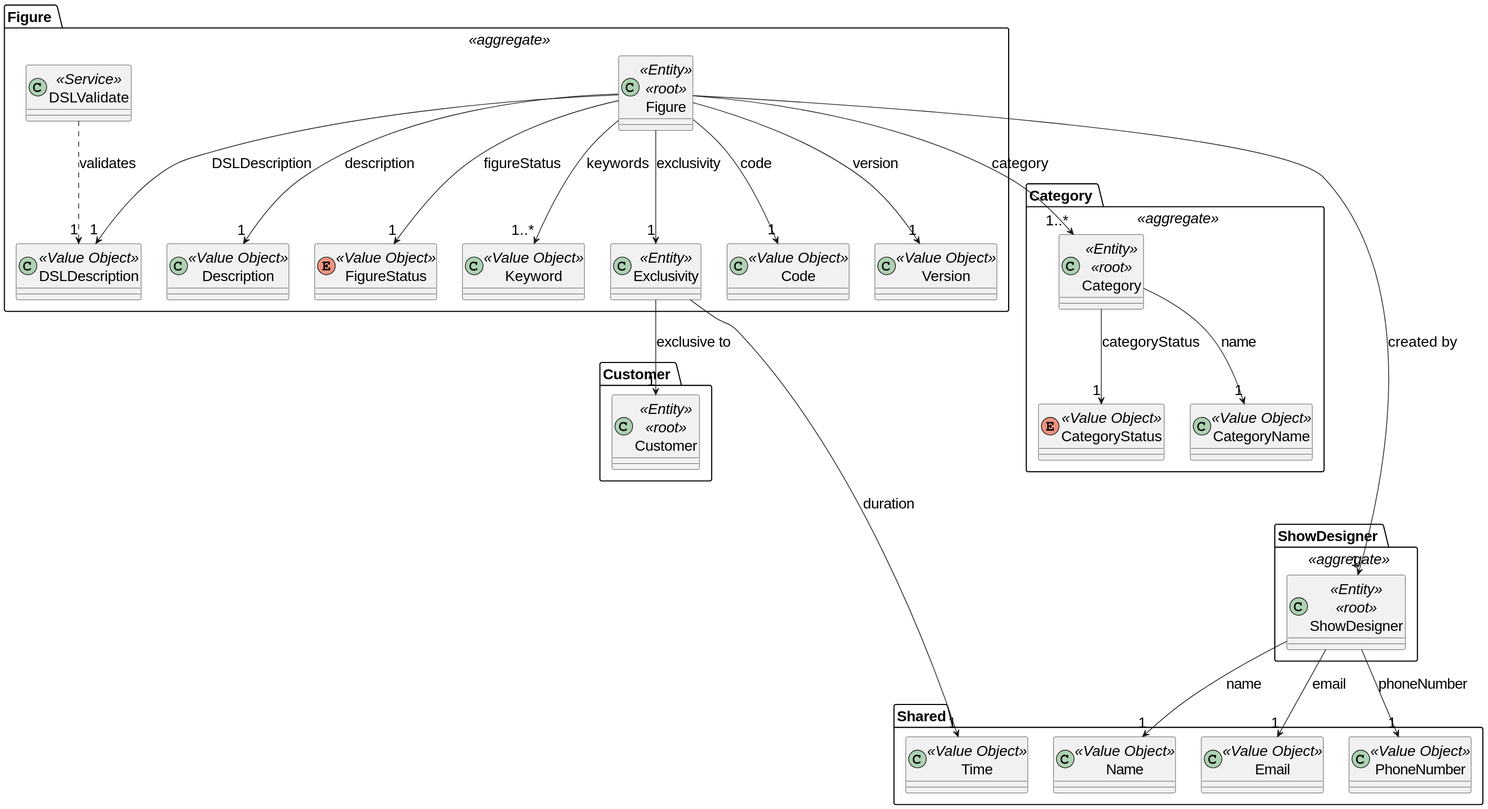
Earlier version of the PlantUML export docs/global_artifacts/analysis/images/domain_model_figure.svg (diogoveirospro/sem4pi-2024-2025-sem4pi_2024_2025_g44).
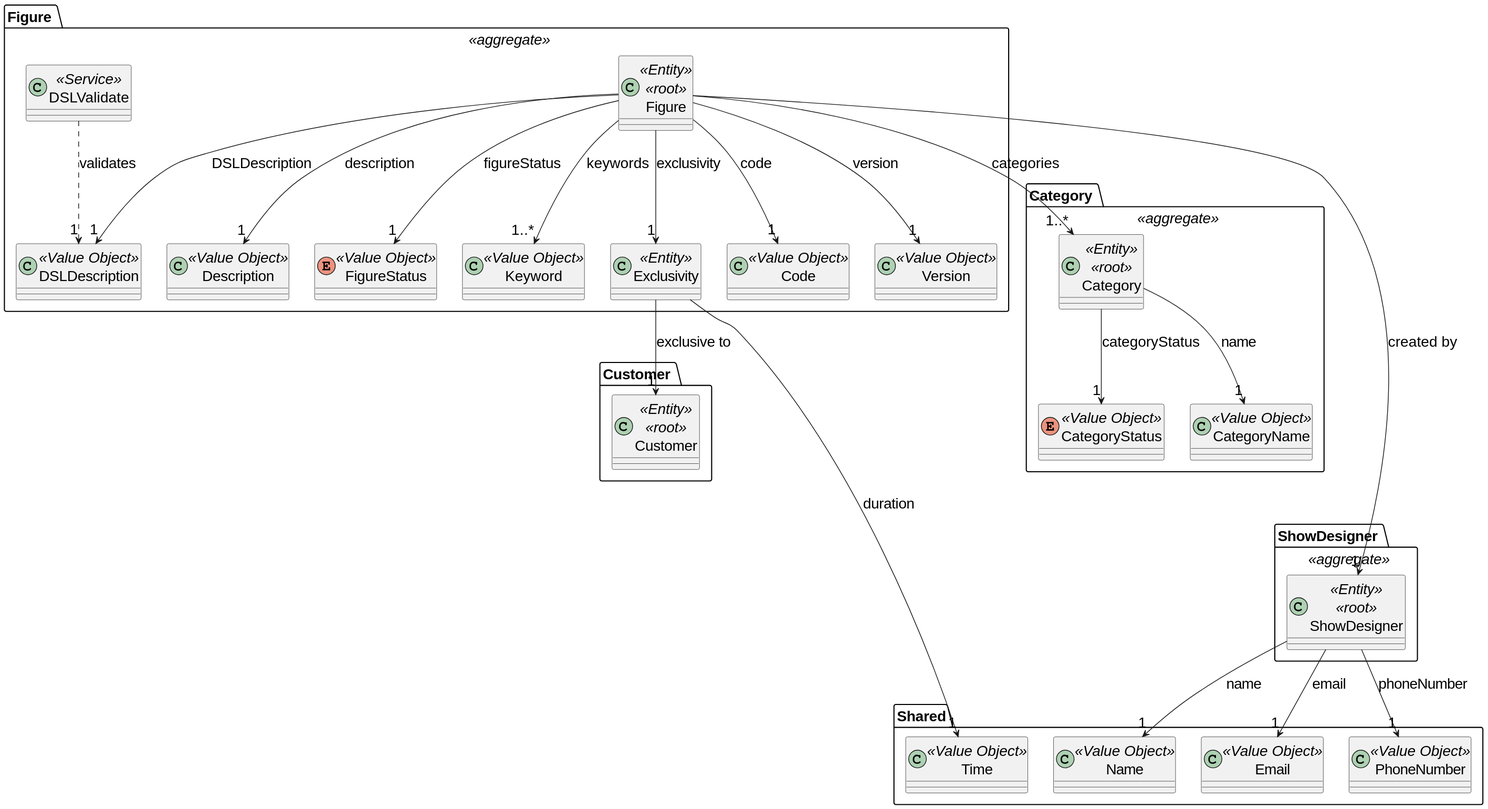
After the change.

What changed in the source:
```diff
@@ -64,7 +64,7 @@
     Category --> "1" CategoryStatus: categoryStatus
     Category --> "1" CategoryName: name
 
-    Figure --> "1..*" Category: category
+    Figure --> "1..*" Category: categories
 }
 
 package "ShowDesigner " <<aggregate>>{
```
